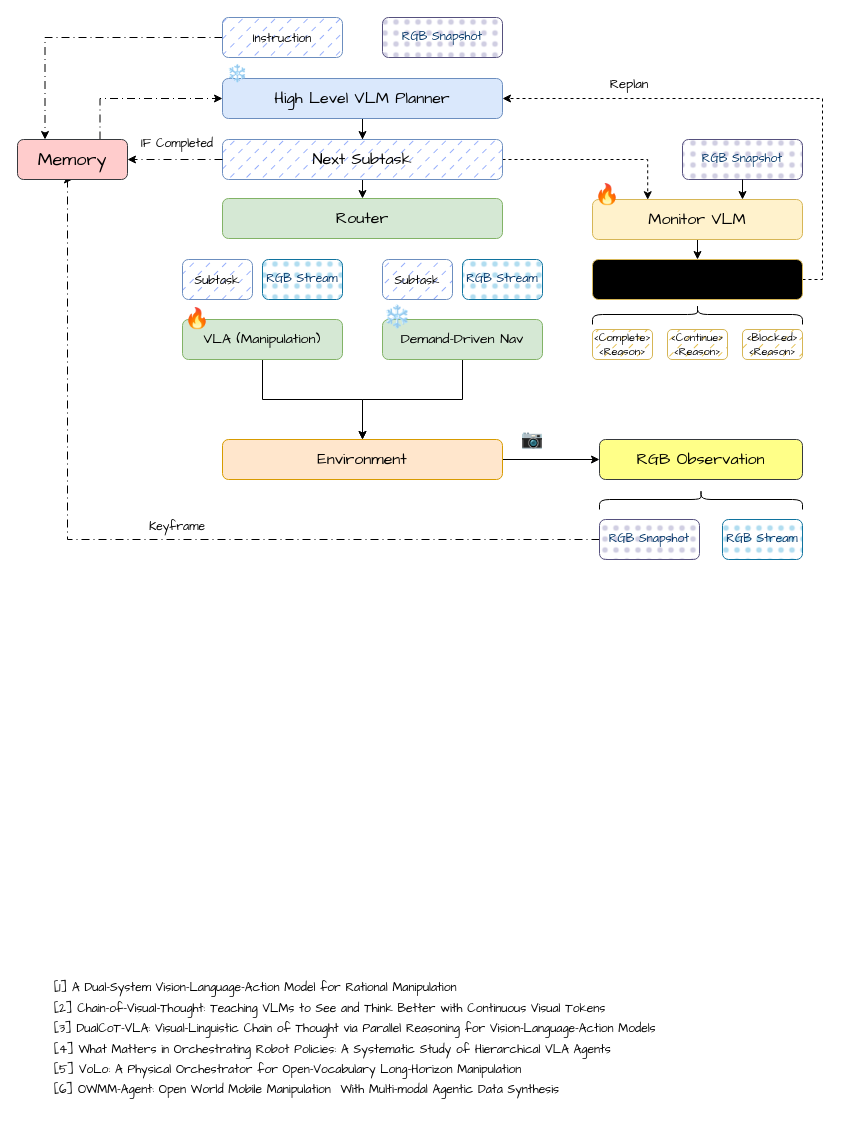
Above: Tahi.drawio in ryanzhangtianran/Draw.io (draw.io), before the change. Source tidied: cells renumbered, new cells numbered last; positions are measured from the earlier drawing's top-left corner, leaving out a move shared by most shapes. Both pictures are drawn from the tidied source at 100%, with x=0, y=0 at pixel (17, 17).
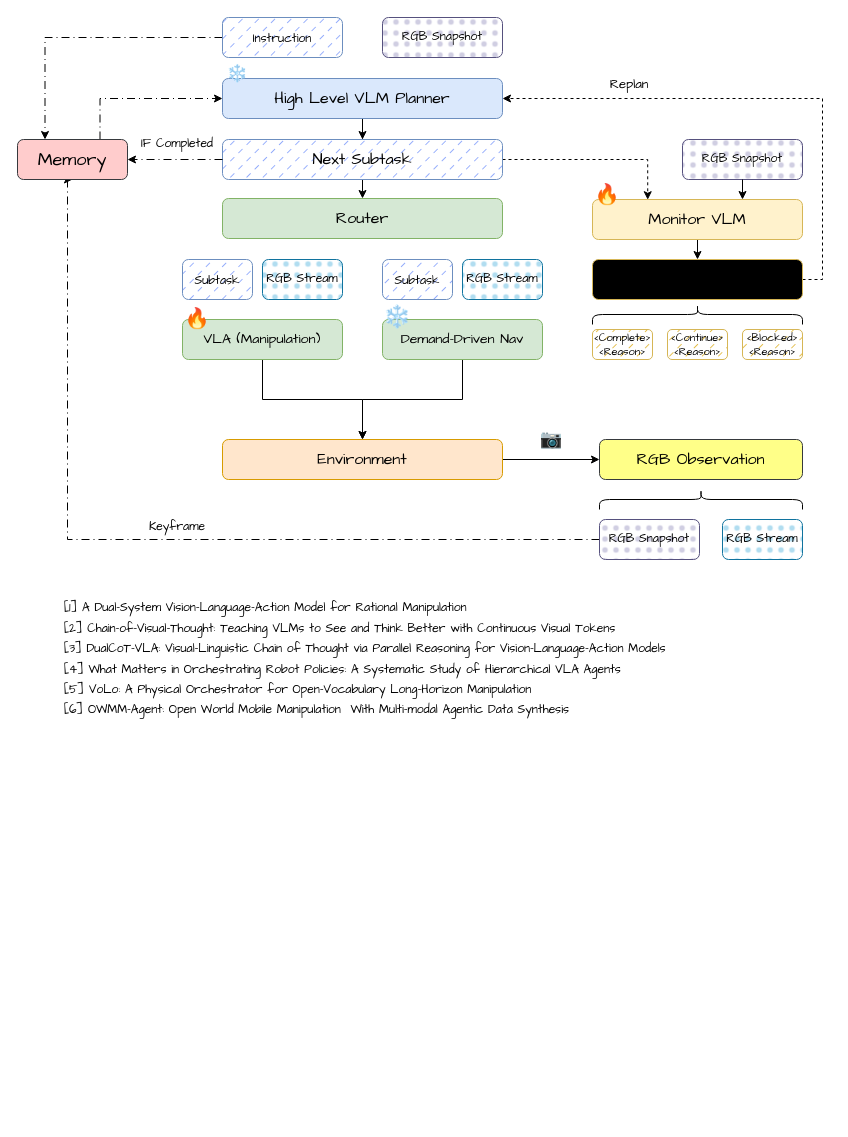
After the change.

The edit, as a diff of the source:
```diff
@@
     <mxCell id="2" value="&lt;div style=&quot;line-height: 170%;&quot;&gt;[1]&amp;nbsp;A Dual-System Vision-Language-Action Model for Rational Manipulation&lt;div&gt;[2]&amp;nbsp;Chain-of-Visual-Thought: Teaching VLMs to See and Think Better with Continuous Visual Tokens&lt;/div&gt;&lt;div&gt;[3]&amp;nbsp;DualCoT-VLA: Visual-Linguistic Chain of Thought via Parallel Reasoning for Vision-Language-Action Models&lt;/div&gt;&lt;div&gt;[4]&amp;nbsp;What Matters in Orchestrating Robot Policies: A Systematic Study of Hierarchical VLA Agents&lt;/div&gt;&lt;div&gt;[5]&amp;nbsp;VoLo: A Physical Orchestrator for Open-Vocabulary Long-Horizon Manipulation&lt;/div&gt;&lt;div&gt;[6]&amp;nbsp;OWMM-Agent: Open World Mobile Manipulation&amp;nbsp; With Multi-modal Agentic Data Synthesis&lt;/div&gt;&lt;/div&gt;" style="text;html=1;whiteSpace=wrap;strokeColor=none;fillColor=none;align=left;verticalAlign=middle;rounded=0;fontFamily=Comic Sans MS;" parent="1" vertex="1">
-      <mxGeometry x="35" y="942" width="640" height="160" as="geometry" />
+      <mxGeometry x="45" y="562" width="640" height="160" as="geometry" />
     </mxCell>
@@
-    <mxCell id="27" value="&lt;div&gt;&lt;span style=&quot;color: rgb(0, 52, 102);&quot;&gt;RGB Snapshot&lt;/span&gt;&lt;/div&gt;" style="rounded=1;whiteSpace=wrap;html=1;fillColor=#d0cee2;strokeColor=#56517e;fontFamily=Comic Sans MS;fillStyle=dots;" parent="1" vertex="1">
+    <mxCell id="27" value="&lt;div&gt;&lt;span style=&quot;color: rgb(0, 0, 0);&quot;&gt;RGB Snapshot&lt;/span&gt;&lt;/div&gt;" style="rounded=1;whiteSpace=wrap;html=1;fillColor=#d0cee2;strokeColor=#56517e;fontFamily=Comic Sans MS;fillStyle=dots;" parent="1" vertex="1">
       <mxGeometry x="365" width="120" height="40" as="geometry" />
     </mxCell>
-    <mxCell id="28" value="&lt;div&gt;&lt;span style=&quot;color: rgb(0, 52, 102);&quot;&gt;RGB Snapshot&lt;/span&gt;&lt;/div&gt;" style="rounded=1;whiteSpace=wrap;html=1;fillColor=#d0cee2;strokeColor=#56517e;fontFamily=Comic Sans MS;fillStyle=dots;" parent="1" vertex="1">
+    <mxCell id="28" value="&lt;div&gt;&lt;span style=&quot;color: rgb(0, 0, 0);&quot;&gt;RGB Snapshot&lt;/span&gt;&lt;/div&gt;" style="rounded=1;whiteSpace=wrap;html=1;fillColor=#d0cee2;strokeColor=#56517e;fontFamily=Comic Sans MS;fillStyle=dots;" parent="1" vertex="1">
       <mxGeometry x="665" y="122" width="120" height="40" as="geometry" />
     </mxCell>
@@
-    <mxCell id="30" value="&lt;div&gt;&lt;span style=&quot;color: rgb(0, 52, 102);&quot;&gt;RGB Stream&lt;/span&gt;&lt;/div&gt;" style="rounded=1;whiteSpace=wrap;html=1;fillColor=#b1ddf0;strokeColor=#10739e;fontFamily=Comic Sans MS;fillStyle=dots;" parent="1" vertex="1">
+    <mxCell id="30" value="&lt;div&gt;&lt;span style=&quot;color: rgb(0, 0, 0);&quot;&gt;RGB Stream&lt;/span&gt;&lt;/div&gt;" style="rounded=1;whiteSpace=wrap;html=1;fillColor=#b1ddf0;strokeColor=#10739e;fontFamily=Comic Sans MS;fillStyle=dots;" parent="1" vertex="1">
       <mxGeometry x="245" y="242" width="80" height="40" as="geometry" />
     </mxCell>
@@
-    <mxCell id="32" value="&lt;div&gt;&lt;span style=&quot;color: rgb(0, 52, 102);&quot;&gt;RGB Stream&lt;/span&gt;&lt;/div&gt;" style="rounded=1;whiteSpace=wrap;html=1;fillColor=#b1ddf0;strokeColor=#10739e;fontFamily=Comic Sans MS;fillStyle=dots;" parent="1" vertex="1">
+    <mxCell id="32" value="&lt;div&gt;&lt;span style=&quot;color: rgb(0, 0, 0);&quot;&gt;RGB Stream&lt;/span&gt;&lt;/div&gt;" style="rounded=1;whiteSpace=wrap;html=1;fillColor=#b1ddf0;strokeColor=#10739e;fontFamily=Comic Sans MS;fillStyle=dots;" parent="1" vertex="1">
       <mxGeometry x="445" y="242" width="80" height="40" as="geometry" />
     </mxCell>
@@
     <mxCell id="34" value="📷" style="text;html=1;whiteSpace=wrap;strokeColor=none;fillColor=none;align=center;verticalAlign=middle;rounded=0;fontFamily=Comic Sans MS;fontSize=18;fontColor=default;" parent="1" vertex="1">
-      <mxGeometry x="485" y="402" width="60" height="40" as="geometry" />
+      <mxGeometry x="504" y="402" width="60" height="40" as="geometry" />
     </mxCell>
@@
-    <mxCell id="36" value="&lt;div&gt;&lt;span style=&quot;color: rgb(0, 52, 102);&quot;&gt;RGB Stream&lt;/span&gt;&lt;/div&gt;" style="rounded=1;whiteSpace=wrap;html=1;fillColor=#b1ddf0;strokeColor=#10739e;fontFamily=Comic Sans MS;fillStyle=dots;" parent="1" vertex="1">
+    <mxCell id="36" value="&lt;div&gt;&lt;span style=&quot;&quot;&gt;RGB Stream&lt;/span&gt;&lt;/div&gt;" style="rounded=1;whiteSpace=wrap;html=1;fillColor=#b1ddf0;strokeColor=#10739e;fontFamily=Comic Sans MS;fillStyle=dots;fontColor=#000000;" parent="1" vertex="1">
       <mxGeometry x="705" y="502" width="80" height="40" as="geometry" />
     </mxCell>
@@
-    <mxCell id="38" value="&lt;div&gt;&lt;span style=&quot;color: rgb(0, 52, 102);&quot;&gt;RGB Snapshot&lt;/span&gt;&lt;/div&gt;" style="rounded=1;whiteSpace=wrap;html=1;fillColor=#d0cee2;strokeColor=#56517e;fontFamily=Comic Sans MS;fillStyle=dots;" parent="1" vertex="1">
+    <mxCell id="38" value="&lt;div&gt;&lt;span style=&quot;&quot;&gt;RGB Snapshot&lt;/span&gt;&lt;/div&gt;" style="rounded=1;whiteSpace=wrap;html=1;fillColor=#d0cee2;strokeColor=#56517e;fontFamily=Comic Sans MS;fillStyle=dots;fontColor=#000000;" parent="1" vertex="1">
       <mxGeometry x="582" y="502" width="100" height="40" as="geometry" />
     </mxCell>
```
